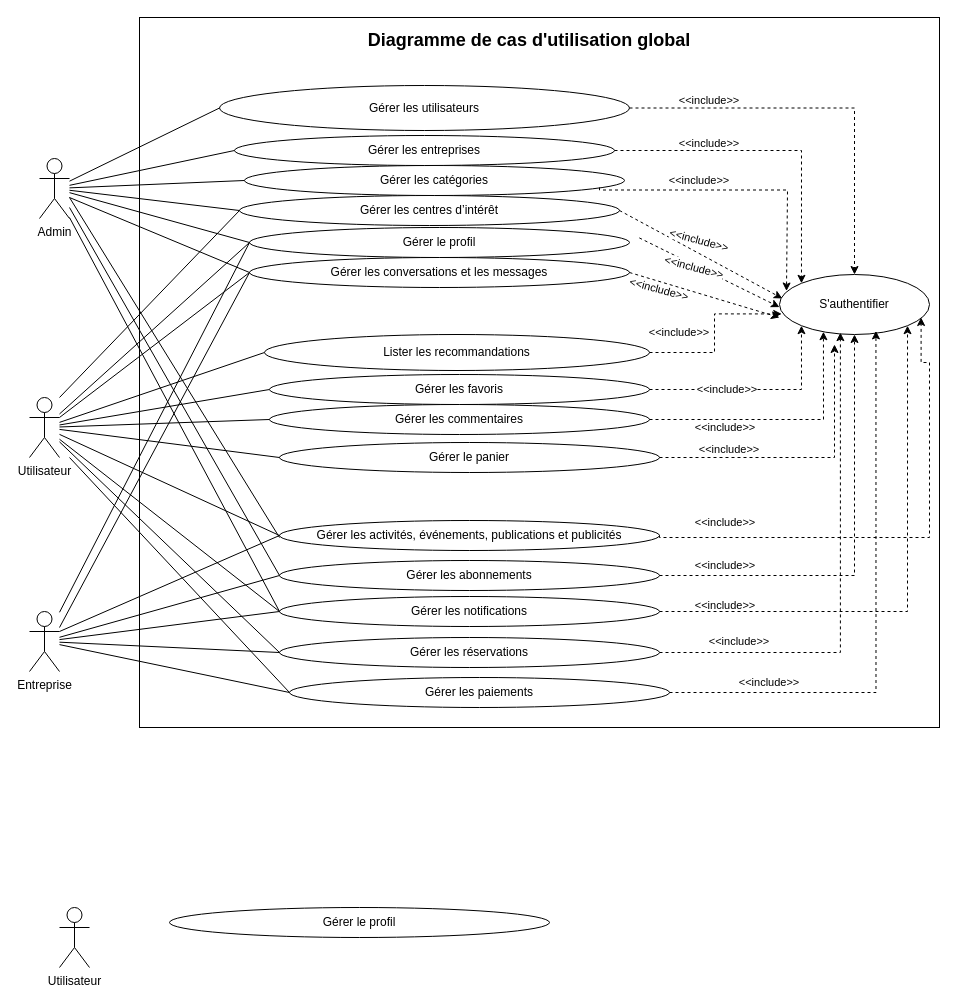
Above: Diagramme sans nom.drawio in yassigh/app-e-commerce (draw.io), before the change. Source tidied: cells renumbered, new cells numbered last; positions are measured from the earlier drawing's top-left corner, leaving out a move shared by most shapes. Both pictures are drawn from the tidied source at 100%, with x=0, y=0 at pixel (29, 17).
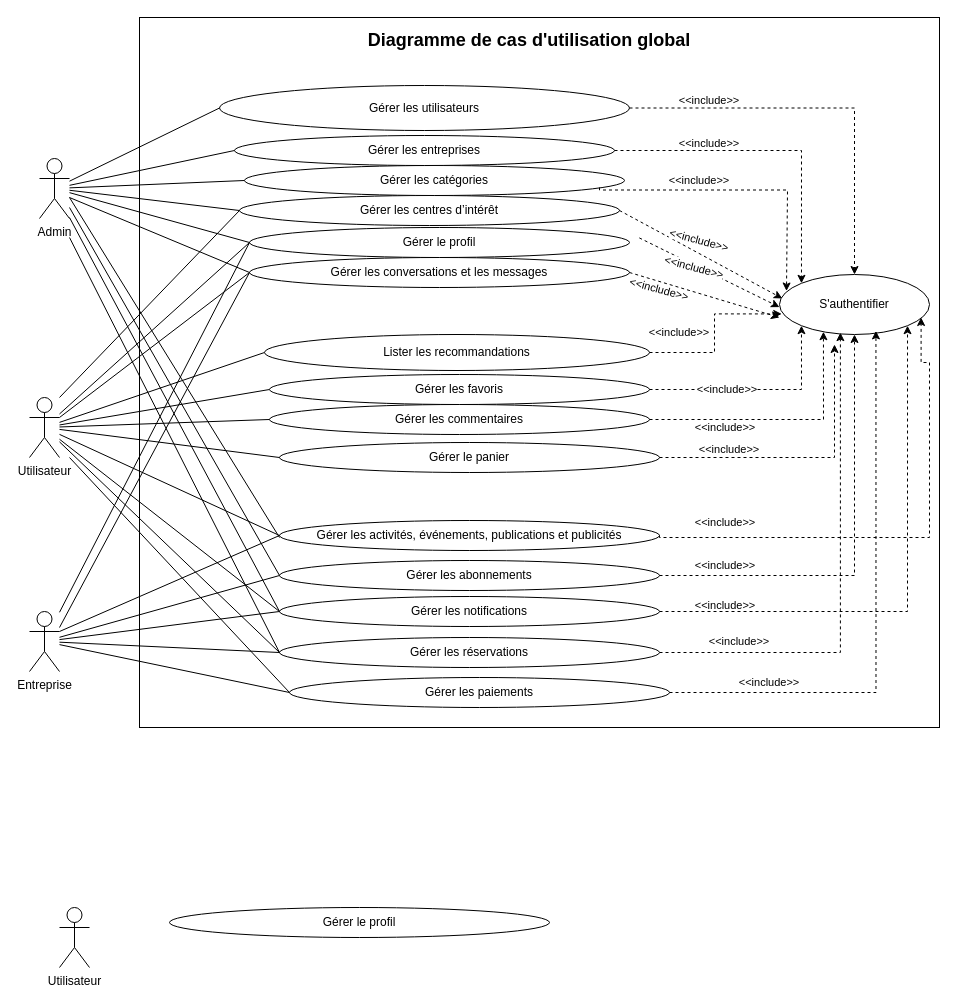
After the change.

Commit message (it also covers changes not shown here):
Mettre à jour Diagramme sans nom.drawio

Unchanged cells that the change refers to:
```xml
<mxCell id="24" value="Gérer les réservations" style="ellipse;whiteSpace=wrap;html=1;" parent="1" vertex="1">
  <mxGeometry x="250" y="620" width="380" height="30" as="geometry" />
</mxCell>
```

What changed in the source:
```diff
@@
+    <mxCell id="83" style="rounded=0;jettySize=auto;html=1;entryX=0;entryY=0.5;entryDx=0;entryDy=0;endArrow=none;startFill=0;" parent="1" edge="1" target="24">
+      <mxGeometry relative="1" as="geometry">
+        <mxPoint x="40" y="220" as="sourcePoint" />
+      </mxGeometry>
+    </mxCell>
```
